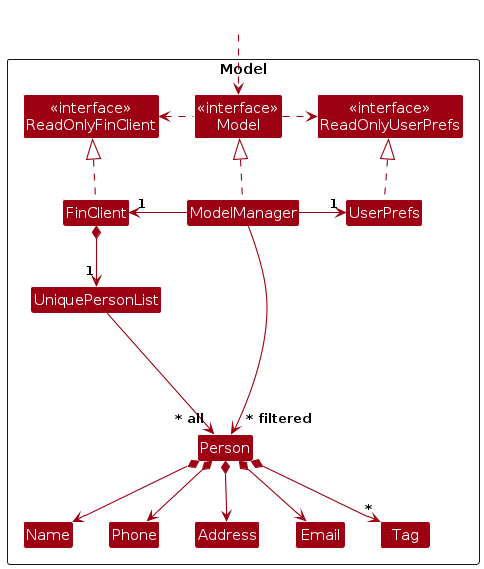
This is diagrams/ModelClassDiagram.png from AY2425S2-CS2103T-T11-4/tp, a PlantUML export, as it was before one commit. Its source is kept beside it as diagrams/ModelClassDiagram.puml. Source of this version:
```plantuml
@startuml
!include style.puml
skinparam arrowThickness 1.1
skinparam arrowColor MODEL_COLOR
skinparam classBackgroundColor MODEL_COLOR

Package Model as ModelPackage <<Rectangle>>{
Class "<<interface>>\nReadOnlyFinClient" as ReadOnlyFinClient
Class "<<interface>>\nReadOnlyUserPrefs" as ReadOnlyUserPrefs
Class "<<interface>>\nModel" as Model
Class FinClient
Class ModelManager
Class UserPrefs

Class UniquePersonList
Class Person
Class Address
Class Email
Class Name
Class Phone
Class Tag

Class I #FFFFFF
}

Class HiddenOutside #FFFFFF
HiddenOutside ..> Model

FinClient .up.|> ReadOnlyFinClient

ModelManager .up.|> Model
Model .right.> ReadOnlyUserPrefs
Model .left.> ReadOnlyFinClient
ModelManager -left-> "1" FinClient
ModelManager -right-> "1" UserPrefs
UserPrefs .up.|> ReadOnlyUserPrefs

FinClient *--> "1" UniquePersonList
UniquePersonList --> "~* all" Person
Person *--> Name
Person *--> Phone
Person *--> Email
Person *--> Address
Person *--> "*" Tag

Person -[hidden]up--> I
UniquePersonList -[hidden]right-> I

Name -[hidden]right-> Phone
Phone -[hidden]right-> Address
Address -[hidden]right-> Email

ModelManager --> "~* filtered" Person
@enduml
```
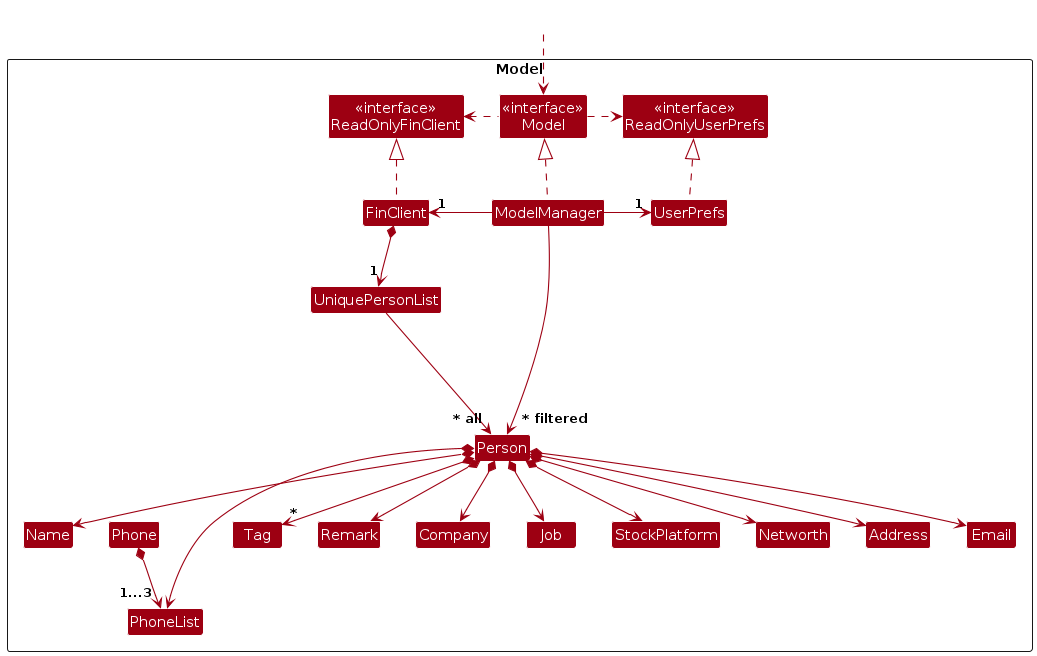
Above is the later version.

Change to the diagram source:
```diff
@@ -17,8 +17,14 @@
 Class Address
 Class Email
 Class Name
+Class PhoneList
+Class Tag
+Class Remark
+Class Company
+Class Job
+Class StockPlatform
+Class Networth
 Class Phone
-Class Tag
 
 Class I #FFFFFF
 }
@@ -38,10 +44,17 @@
 FinClient *--> "1" UniquePersonList
 UniquePersonList --> "~* all" Person
 Person *--> Name
-Person *--> Phone
+Person *--> PhoneList
 Person *--> Email
 Person *--> Address
 Person *--> "*" Tag
+Person *--> Remark
+Person *--> Company
+Person *--> Job
+Person *--> StockPlatform
+Person *--> Networth
+
+Phone *--> "1...3"PhoneList
 
 Person -[hidden]up--> I
 UniquePersonList -[hidden]right-> I
```
